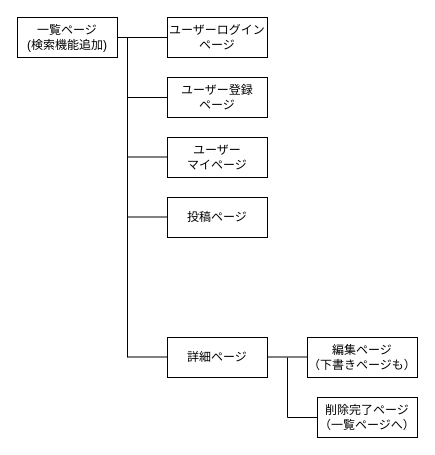
sunatoru/article-growth keeps this draw.io diagram as article_view.drawio. Above is the earlier version. Source tidied: cells renumbered, new cells numbered last; positions are measured from the earlier drawing's top-left corner, leaving out a move shared by most shapes. Both pictures are drawn from the tidied source at 100%, with x=0, y=0 at pixel (17, 17).
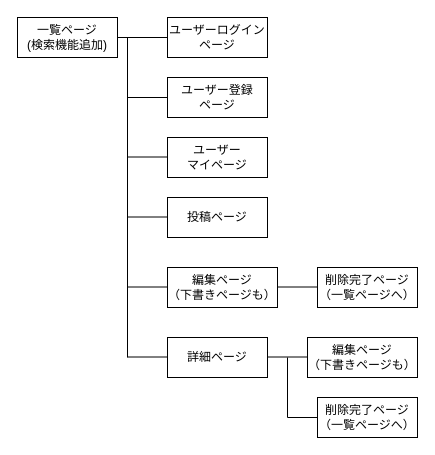
Above is the later version.

Commit message:
追加したものを編集

Change to the diagram source:
```diff
@@
     <mxCell id="15" value="編集ページ&lt;br&gt;（下書きページも）" style="rounded=0;whiteSpace=wrap;html=1;" parent="1" vertex="1">
-      <mxGeometry x="290" y="320" width="110" height="40" as="geometry" />
+      <mxGeometry x="150" y="250" width="110" height="40" as="geometry" />
     </mxCell>
@@
+    <mxCell id="19" value="編集ページ&lt;br&gt;（下書きページも）" style="rounded=0;whiteSpace=wrap;html=1;" parent="1" vertex="1">
+      <mxGeometry x="290" y="320" width="110" height="40" as="geometry" />
+    </mxCell>
+    <mxCell id="20" style="endArrow=none;html=1;entryX=0;entryY=0.5;entryDx=0;entryDy=0;" parent="1" edge="1">
+      <mxGeometry relative="1" as="geometry">
+        <mxPoint x="110" y="269.5" as="sourcePoint" />
+        <mxPoint x="150" y="269.5" as="targetPoint" />
+      </mxGeometry>
+    </mxCell>
+    <mxCell id="21" value="削除完了ページ&lt;br&gt;（一覧ページへ）" style="rounded=0;whiteSpace=wrap;html=1;" parent="1" vertex="1">
+      <mxGeometry x="300" y="250" width="100" height="40" as="geometry" />
+    </mxCell>
+    <mxCell id="22" style="endArrow=none;html=1;entryX=0;entryY=0.5;entryDx=0;entryDy=0;" parent="1" edge="1">
+      <mxGeometry relative="1" as="geometry">
+        <mxPoint x="260" y="269.5" as="sourcePoint" />
+        <mxPoint x="300" y="269.5" as="targetPoint" />
+      </mxGeometry>
+    </mxCell>
```
